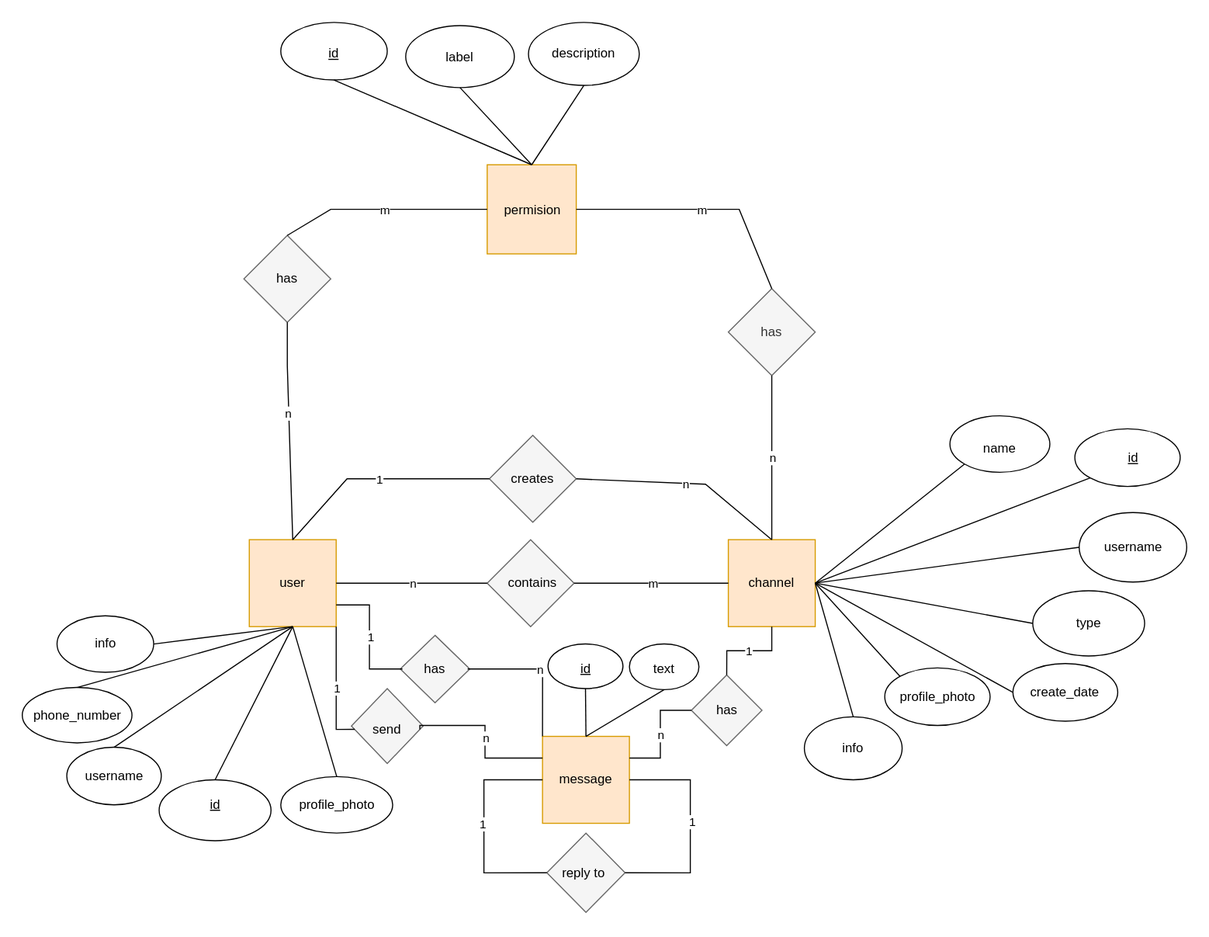
mojtabaakbari221b/socialmedia keeps this draw.io diagram as erd.svg. Above is the earlier version. Source tidied: cells renumbered, new cells last; positions are measured from the earlier drawing's top-left corner, leaving out a move shared by most shapes.
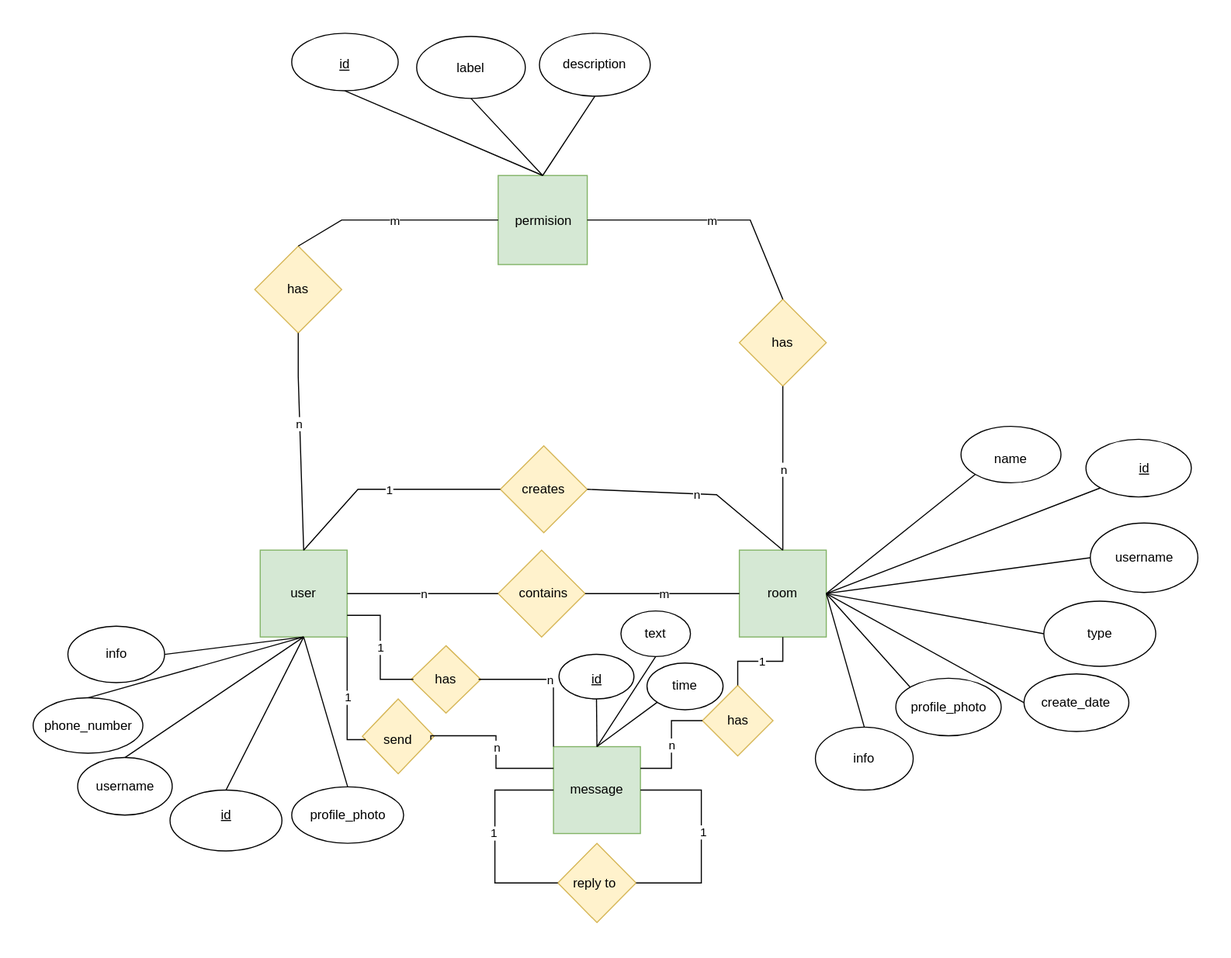
Later version of the same file.

Commit message:
erd=complete first version

What changed in the source:
```diff
@@ -1,20 +1,20 @@
-<mxGraphModel>
+<mxGraphModel background="#ffffff">
   <root>
     <mxCell id="0" />
     <mxCell id="1" parent="0" />
-    <mxCell id="2" style="whiteSpace=wrap;html=1;fillColor=#ffe6cc;strokeColor=#d79b00;" parent="1" vertex="1">
+    <mxCell id="2" style="whiteSpace=wrap;html=1;fillColor=#d5e8d4;strokeColor=#82b366;" parent="1" vertex="1">
       <mxGeometry x="209" y="476" width="80" height="80" as="geometry" />
     </mxCell>
     <mxCell id="3" value="user" style="text;html=1;strokeColor=none;fillColor=none;align=center;verticalAlign=middle;whiteSpace=wrap;rounded=0;" parent="1" vertex="1">
       <mxGeometry x="219" y="501" width="60" height="30" as="geometry" />
     </mxCell>
-    <mxCell id="4" style="whiteSpace=wrap;html=1;fillColor=#ffe6cc;strokeColor=#d79b00;" parent="1" vertex="1">
+    <mxCell id="4" style="whiteSpace=wrap;html=1;fillColor=#d5e8d4;strokeColor=#82b366;" parent="1" vertex="1">
       <mxGeometry x="650" y="476" width="80" height="80" as="geometry" />
     </mxCell>
-    <mxCell id="5" value="channel" style="text;html=1;strokeColor=none;fillColor=none;align=center;verticalAlign=middle;whiteSpace=wrap;rounded=0;" parent="1" vertex="1">
+    <mxCell id="5" value="room" style="text;html=1;strokeColor=none;fillColor=none;align=center;verticalAlign=middle;whiteSpace=wrap;rounded=0;" parent="1" vertex="1">
       <mxGeometry x="660" y="501" width="60" height="30" as="geometry" />
     </mxCell>
-    <mxCell id="6" style="rhombus;whiteSpace=wrap;html=1;fillColor=#f5f5f5;strokeColor=#666666;fontColor=#333333;" parent="1" vertex="1">
+    <mxCell id="6" style="rhombus;whiteSpace=wrap;html=1;fillColor=#fff2cc;strokeColor=#d6b656;" parent="1" vertex="1">
       <mxGeometry x="430" y="380" width="80" height="80" as="geometry" />
     </mxCell>
     <mxCell id="7" value="creates" style="text;html=1;strokeColor=none;fillColor=none;align=center;verticalAlign=middle;whiteSpace=wrap;rounded=0;" parent="1" vertex="1">
@@ -40,7 +40,7 @@
     <mxCell id="11" value="n" style="edgeLabel;html=1;align=center;verticalAlign=middle;" parent="10" vertex="1">
       <mxGeometry relative="1" as="geometry" />
     </mxCell>
-    <mxCell id="12" style="rhombus;whiteSpace=wrap;html=1;fillColor=#f5f5f5;fontColor=#333333;strokeColor=#666666;" parent="1" vertex="1">
+    <mxCell id="12" style="rhombus;whiteSpace=wrap;html=1;fillColor=#fff2cc;strokeColor=#d6b656;" parent="1" vertex="1">
       <mxGeometry x="428" y="476" width="80" height="80" as="geometry" />
     </mxCell>
     <mxCell id="13" value="contains" style="text;html=1;strokeColor=none;fillColor=none;align=center;verticalAlign=middle;whiteSpace=wrap;rounded=0;" parent="1" vertex="1">
@@ -103,13 +103,13 @@
     <mxCell id="32" value="info" style="text;html=1;strokeColor=none;fillColor=none;align=center;verticalAlign=middle;whiteSpace=wrap;rounded=0;" parent="1" vertex="1">
       <mxGeometry x="735" y="653" width="60" height="30" as="geometry" />
     </mxCell>
-    <mxCell id="33" style="whiteSpace=wrap;html=1;fillColor=#ffe6cc;strokeColor=#d79b00;" parent="1" vertex="1">
+    <mxCell id="33" style="whiteSpace=wrap;html=1;fillColor=#d5e8d4;strokeColor=#82b366;" parent="1" vertex="1">
       <mxGeometry x="428" y="131" width="82" height="82" as="geometry" />
     </mxCell>
     <mxCell id="34" value="permision" style="text;html=1;strokeColor=none;fillColor=none;align=center;verticalAlign=middle;whiteSpace=wrap;rounded=0;" parent="1" vertex="1">
       <mxGeometry x="440" y="158" width="60" height="30" as="geometry" />
     </mxCell>
-    <mxCell id="35" style="rhombus;whiteSpace=wrap;html=1;fillColor=#f5f5f5;fontColor=#333333;strokeColor=#666666;" parent="1" vertex="1">
+    <mxCell id="35" style="rhombus;whiteSpace=wrap;html=1;fillColor=#fff2cc;strokeColor=#d6b656;" parent="1" vertex="1">
       <mxGeometry x="204" y="196" width="80" height="80" as="geometry" />
     </mxCell>
     <mxCell id="36" value="has" style="text;html=1;strokeColor=none;fillColor=none;align=center;verticalAlign=middle;whiteSpace=wrap;rounded=0;" parent="1" vertex="1">
@@ -140,7 +140,7 @@
     <mxCell id="41" value="m" style="edgeLabel;html=1;align=center;verticalAlign=middle;" parent="40" vertex="1">
       <mxGeometry relative="1" as="geometry" />
     </mxCell>
-    <mxCell id="42" value="has" style="rhombus;whiteSpace=wrap;html=1;fillColor=#f5f5f5;fontColor=#333333;strokeColor=#666666;" parent="1" vertex="1">
+    <mxCell id="42" value="has" style="rhombus;whiteSpace=wrap;html=1;fillColor=#fff2cc;strokeColor=#d6b656;" parent="1" vertex="1">
       <mxGeometry x="650" y="245" width="80" height="80" as="geometry" />
     </mxCell>
     <mxCell id="43" style="endArrow=none;html=1;rounded=0;exitX=0.5;exitY=0;exitDx=0;exitDy=0;entryX=0.5;entryY=1;entryDx=0;entryDy=0;endFill=0;" parent="1" edge="1" source="4" target="42">
@@ -249,13 +249,13 @@
     <mxCell id="76" value="info" style="text;html=1;strokeColor=none;fillColor=none;align=center;verticalAlign=middle;whiteSpace=wrap;rounded=0;" parent="1" vertex="1">
       <mxGeometry x="47" y="557" width="60" height="30" as="geometry" />
     </mxCell>
-    <mxCell id="77" style="whiteSpace=wrap;html=1;fillColor=#ffe6cc;strokeColor=#d79b00;" parent="1" vertex="1">
+    <mxCell id="77" style="whiteSpace=wrap;html=1;fillColor=#d5e8d4;strokeColor=#82b366;" parent="1" vertex="1">
       <mxGeometry x="478.9" y="657" width="80" height="80" as="geometry" />
     </mxCell>
     <mxCell id="78" value="message" style="text;html=1;strokeColor=none;fillColor=none;align=center;verticalAlign=middle;whiteSpace=wrap;rounded=0;" parent="1" vertex="1">
       <mxGeometry x="488.9" y="682" width="60" height="30" as="geometry" />
     </mxCell>
-    <mxCell id="79" style="rhombus;whiteSpace=wrap;html=1;fillColor=#f5f5f5;fontColor=#333333;strokeColor=#666666;" parent="1" vertex="1">
+    <mxCell id="79" style="rhombus;whiteSpace=wrap;html=1;fillColor=#fff2cc;strokeColor=#d6b656;" parent="1" vertex="1">
       <mxGeometry x="482.9" y="746" width="72" height="73" as="geometry" />
     </mxCell>
     <mxCell id="80" value="reply to" style="text;html=1;strokeColor=none;fillColor=none;align=center;verticalAlign=middle;whiteSpace=wrap;rounded=0;" parent="1" vertex="1">
@@ -287,7 +287,7 @@
         <mxPoint x="1" y="-6" as="offset" />
       </mxGeometry>
     </mxCell>
-    <mxCell id="85" style="rhombus;whiteSpace=wrap;html=1;fillColor=#f5f5f5;strokeColor=#666666;fontColor=#333333;" parent="1" vertex="1">
+    <mxCell id="85" style="rhombus;whiteSpace=wrap;html=1;fillColor=#fff2cc;strokeColor=#d6b656;" parent="1" vertex="1">
       <mxGeometry x="303" y="613" width="66" height="69" as="geometry" />
     </mxCell>
     <mxCell id="86" value="send" style="text;html=1;strokeColor=none;fillColor=none;align=center;verticalAlign=middle;whiteSpace=wrap;rounded=0;" parent="1" vertex="1">
@@ -315,7 +315,7 @@
     <mxCell id="90" value="n" style="edgeLabel;html=1;align=center;verticalAlign=middle;" parent="89" vertex="1">
       <mxGeometry relative="1" as="geometry" />
     </mxCell>
-    <mxCell id="91" style="rhombus;whiteSpace=wrap;html=1;fillColor=#f5f5f5;fontColor=#333333;strokeColor=#666666;" parent="1" vertex="1">
+    <mxCell id="91" style="rhombus;whiteSpace=wrap;html=1;fillColor=#fff2cc;strokeColor=#d6b656;" parent="1" vertex="1">
       <mxGeometry x="616" y="600.5" width="65" height="65" as="geometry" />
     </mxCell>
     <mxCell id="92" value="has" style="text;html=1;strokeColor=none;fillColor=none;align=center;verticalAlign=middle;whiteSpace=wrap;rounded=0;" parent="1" vertex="1">
@@ -336,7 +336,7 @@
     <mxCell id="97" style="edgeStyle=orthogonalEdgeStyle;rounded=0;orthogonalLoop=1;jettySize=auto;html=1;exitX=0.5;exitY=1;exitDx=0;exitDy=0;endArrow=none;endFill=0;" parent="1" edge="1" source="79" target="79">
       <mxGeometry relative="1" as="geometry" />
     </mxCell>
-    <mxCell id="98" style="rhombus;whiteSpace=wrap;html=1;fillColor=#f5f5f5;fontColor=#333333;strokeColor=#666666;" parent="1" vertex="1">
+    <mxCell id="98" style="rhombus;whiteSpace=wrap;html=1;fillColor=#fff2cc;strokeColor=#d6b656;" parent="1" vertex="1">
       <mxGeometry x="348" y="564" width="64" height="62" as="geometry" />
     </mxCell>
     <mxCell id="99" value="has" style="text;html=1;strokeColor=none;fillColor=none;align=center;verticalAlign=middle;whiteSpace=wrap;rounded=0;" parent="1" vertex="1">
@@ -364,13 +364,22 @@
       <mxGeometry x="488.9" y="580" width="60" height="30" as="geometry" />
     </mxCell>
     <mxCell id="107" style="ellipse;whiteSpace=wrap;html=1;" parent="1" vertex="1">
-      <mxGeometry x="558.9" y="572" width="64" height="42" as="geometry" />
+      <mxGeometry x="541" y="532" width="64" height="42" as="geometry" />
     </mxCell>
     <mxCell id="108" style="endArrow=none;html=1;rounded=0;entryX=0.5;entryY=1;entryDx=0;entryDy=0;exitX=0.5;exitY=0;exitDx=0;exitDy=0;" parent="1" edge="1" source="77" target="107">
       <mxGeometry relative="1" as="geometry" />
     </mxCell>
     <mxCell id="109" value="text" style="text;html=1;strokeColor=none;fillColor=none;align=center;verticalAlign=middle;whiteSpace=wrap;rounded=0;" parent="1" vertex="1">
-      <mxGeometry x="560.9" y="580" width="60" height="30" as="geometry" />
+      <mxGeometry x="543" y="538" width="60" height="30" as="geometry" />
     </mxCell>
+    <mxCell id="110" style="ellipse;whiteSpace=wrap;html=1;" parent="1" vertex="1">
+      <mxGeometry x="565" y="580" width="70" height="43" as="geometry" />
+    </mxCell>
+    <mxCell id="111" value="time" style="text;html=1;strokeColor=none;fillColor=none;align=center;verticalAlign=middle;whiteSpace=wrap;rounded=0;" parent="1" vertex="1">
+      <mxGeometry x="570" y="586" width="60" height="30" as="geometry" />
+    </mxCell>
+    <mxCell id="112" style="endArrow=none;html=1;rounded=0;entryX=0;entryY=1;entryDx=0;entryDy=0;exitX=0.5;exitY=0;exitDx=0;exitDy=0;" parent="1" edge="1" source="77" target="110">
+      <mxGeometry relative="1" as="geometry" />
+    </mxCell>
   </root>
 </mxGraphModel>
```
